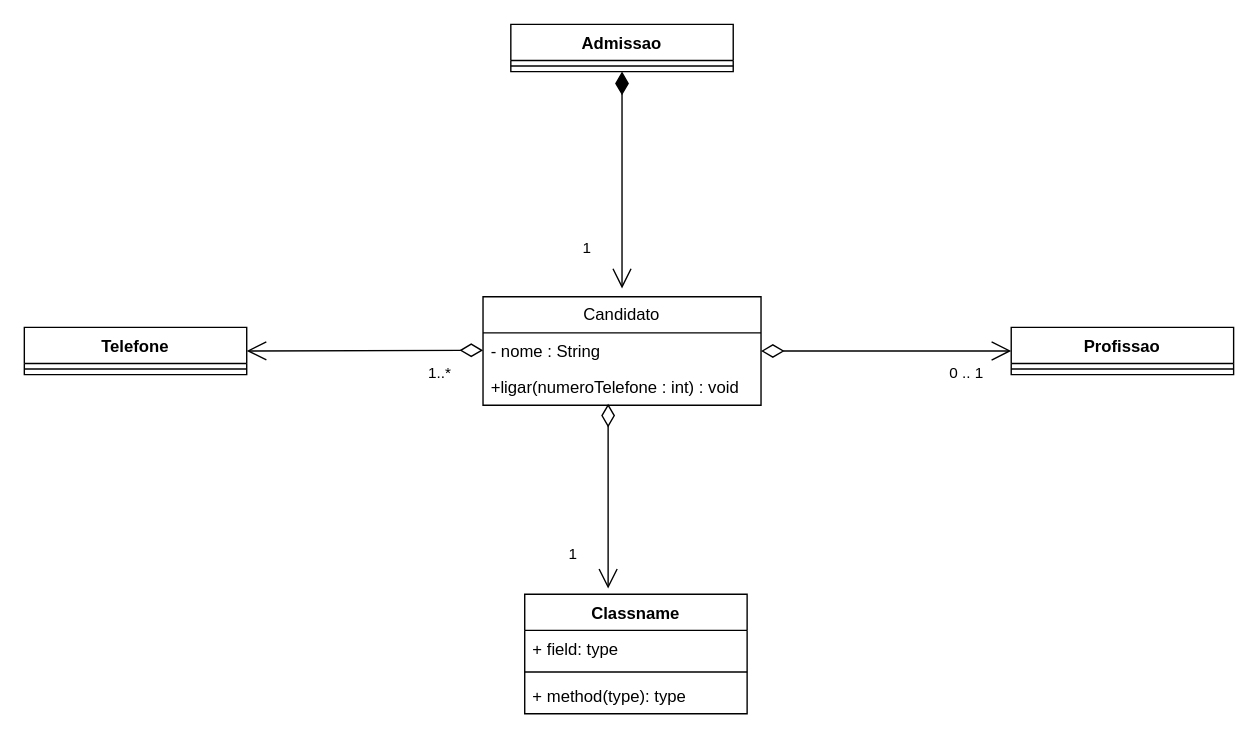
Before: Diagrama sem nome.drawio in LeviMF/Laboratorio, a draw.io diagram. Source tidied: cells renumbered, new cells numbered last; positions are measured from the earlier drawing's top-left corner, leaving out a move shared by most shapes. Both pictures are drawn from the tidied source at 139%, with x=0, y=0 at pixel (24, 24).
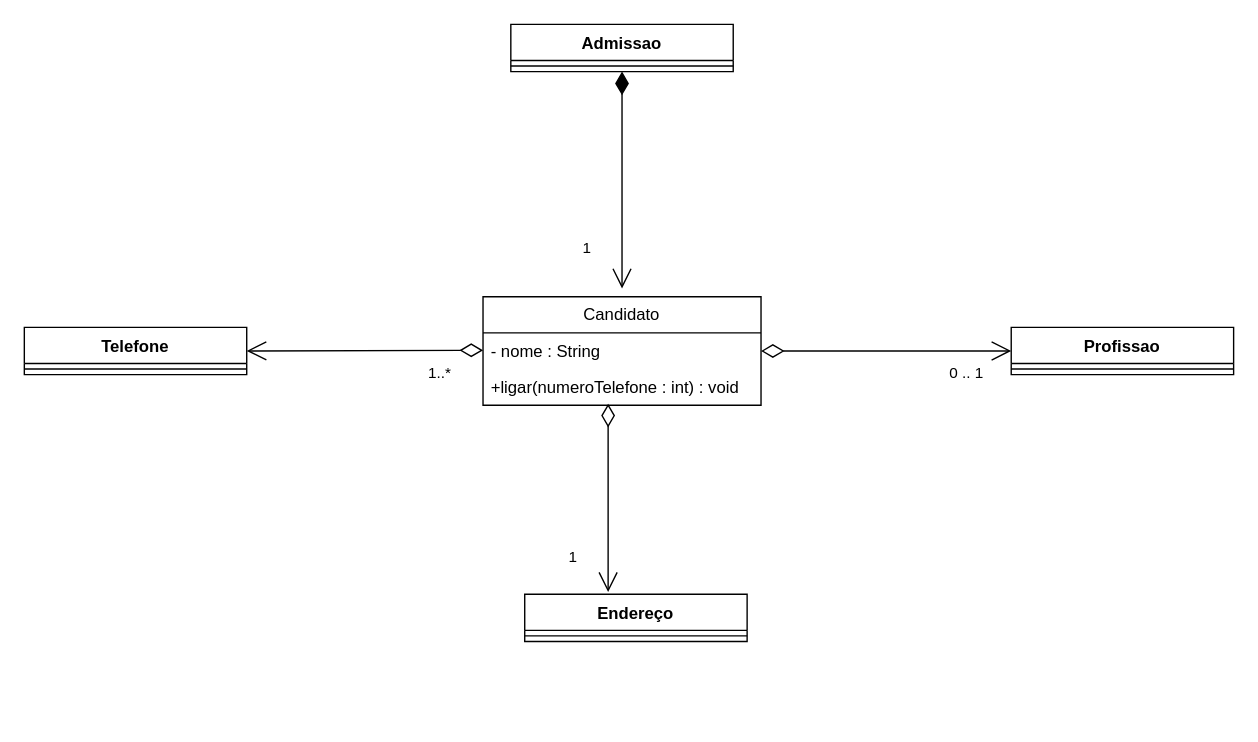
After the change.

What changed in the source:
```diff
@@
-    <mxCell id="14" value="Classname" style="swimlane;fontStyle=1;align=center;verticalAlign=top;horizontal=1;startSize=26;whiteSpace=wrap;html=1;" parent="1" vertex="1">
-      <mxGeometry x="360" y="410" width="160" height="86" as="geometry" />
+    <mxCell id="14" value="Endereço" style="swimlane;fontStyle=1;align=center;verticalAlign=top;horizontal=1;startSize=26;whiteSpace=wrap;html=1;" parent="1" vertex="1">
+      <mxGeometry x="360" y="410" width="160" height="34" as="geometry" />
     </mxCell>
-    <mxCell id="15" value="+ field: type" style="text;strokeColor=none;fillColor=none;align=left;verticalAlign=top;spacingLeft=4;spacingRight=4;overflow=hidden;whiteSpace=wrap;html=1;" parent="14" vertex="1">
-      <mxGeometry y="26" width="160" height="26" as="geometry" />
-    </mxCell>
     <mxCell id="16" style="line;strokeWidth=1;fillColor=none;align=left;verticalAlign=middle;spacingTop=-1;spacingLeft=3;spacingRight=3;labelPosition=right;strokeColor=inherit;" parent="14" vertex="1">
-      <mxGeometry y="52" width="160" height="8" as="geometry" />
+      <mxGeometry y="26" width="160" height="8" as="geometry" />
     </mxCell>
-    <mxCell id="17" value="+ method(type): type" style="text;strokeColor=none;fillColor=none;align=left;verticalAlign=top;spacingLeft=4;spacingRight=4;overflow=hidden;whiteSpace=wrap;html=1;" parent="14" vertex="1">
-      <mxGeometry y="60" width="160" height="26" as="geometry" />
-    </mxCell>
```
